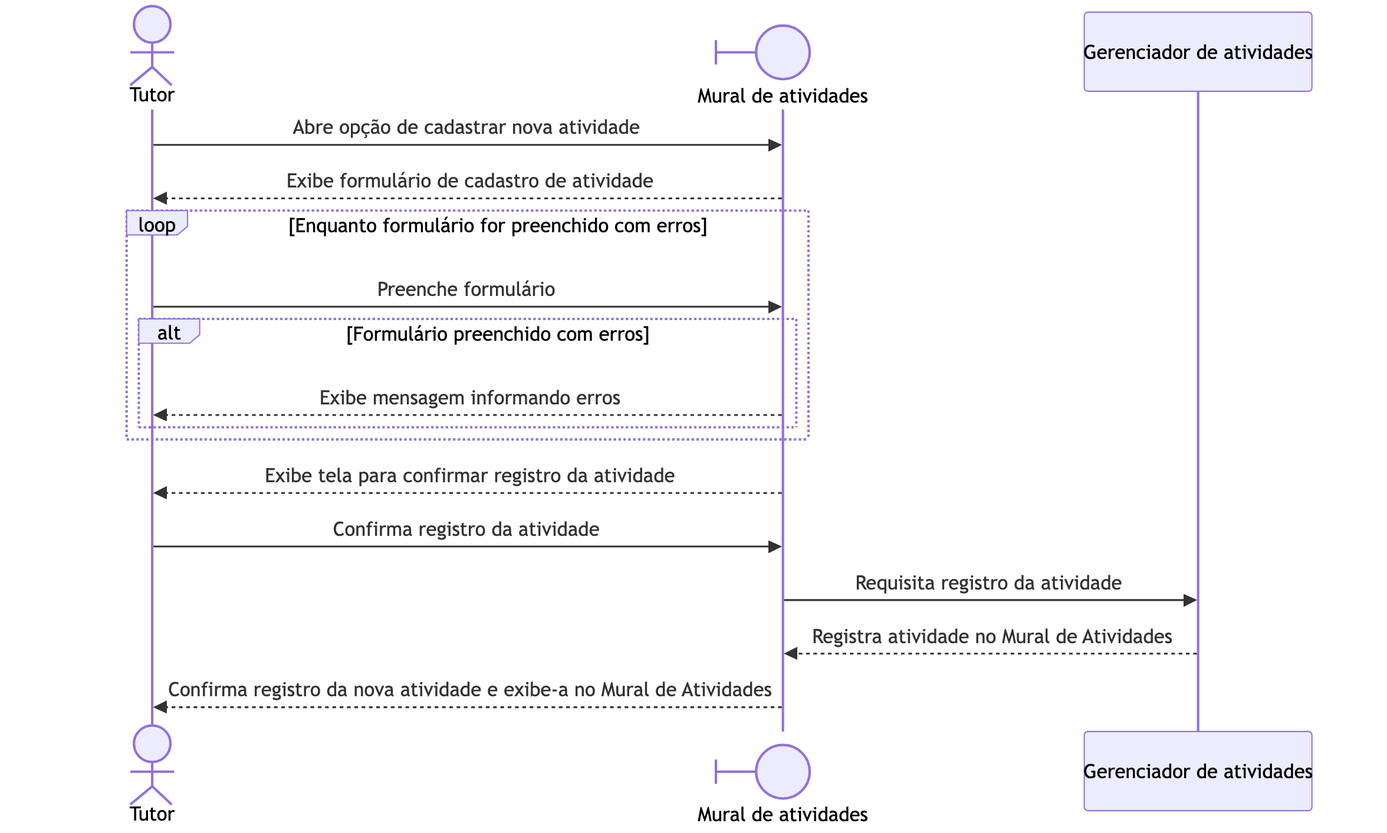
The Mermaid diagram diagrams/images/sequence_diagram_sprint_2_uc11.png in mldcastro/eng-soft, before a commit. Its source is kept beside it as diagrams/sequence_diagram_sprint_2_uc11.mmd.
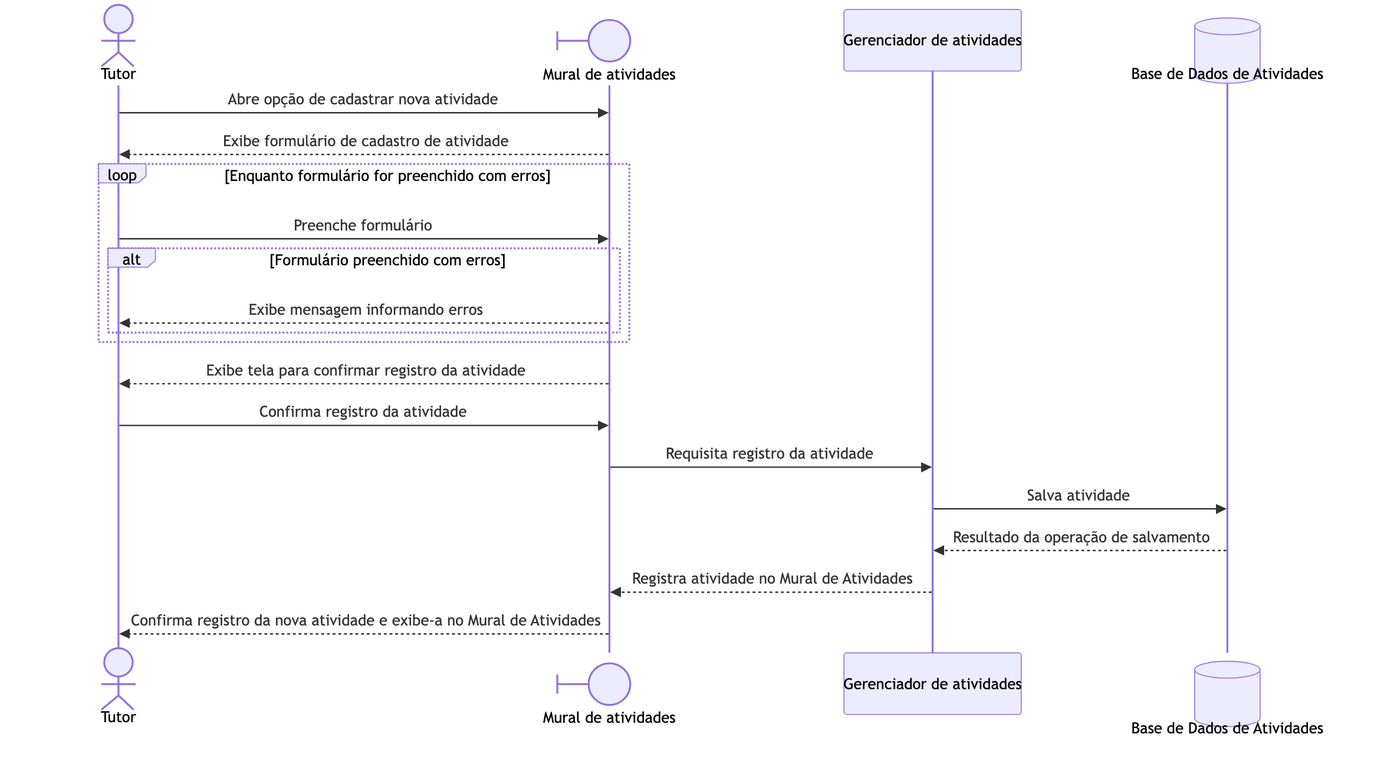
After the commit.

Commit message:
[Sprint 2] Diagrama de classe engloba casos de uso UC11 e UC12 (#6)

Diff of the diagram source:
```diff
@@ -2,6 +2,7 @@
     actor Tutor
     participant ActivityBoard@{ "type" : "boundary" } as Mural de atividades
     participant ActivityManager as Gerenciador de atividades
+    participant ActivityDatabase@{ "type" : "database" } as Base de Dados de Atividades
 
     Tutor ->> ActivityBoard : Abre opção de cadastrar nova atividade
     ActivityBoard -->> Tutor : Exibe formulário de cadastro de atividade
@@ -17,5 +18,7 @@
     ActivityBoard -->> Tutor : Exibe tela para confirmar registro da atividade
     Tutor ->> ActivityBoard : Confirma registro da atividade
     ActivityBoard ->> ActivityManager : Requisita registro da atividade
+    ActivityManager ->> ActivityDatabase : Salva atividade
+    ActivityDatabase -->> ActivityManager : Resultado da operação de salvamento
     ActivityManager -->> ActivityBoard : Registra atividade no Mural de Atividades
     ActivityBoard -->> Tutor : Confirma registro da nova atividade e exibe-a no Mural de Atividades
```
